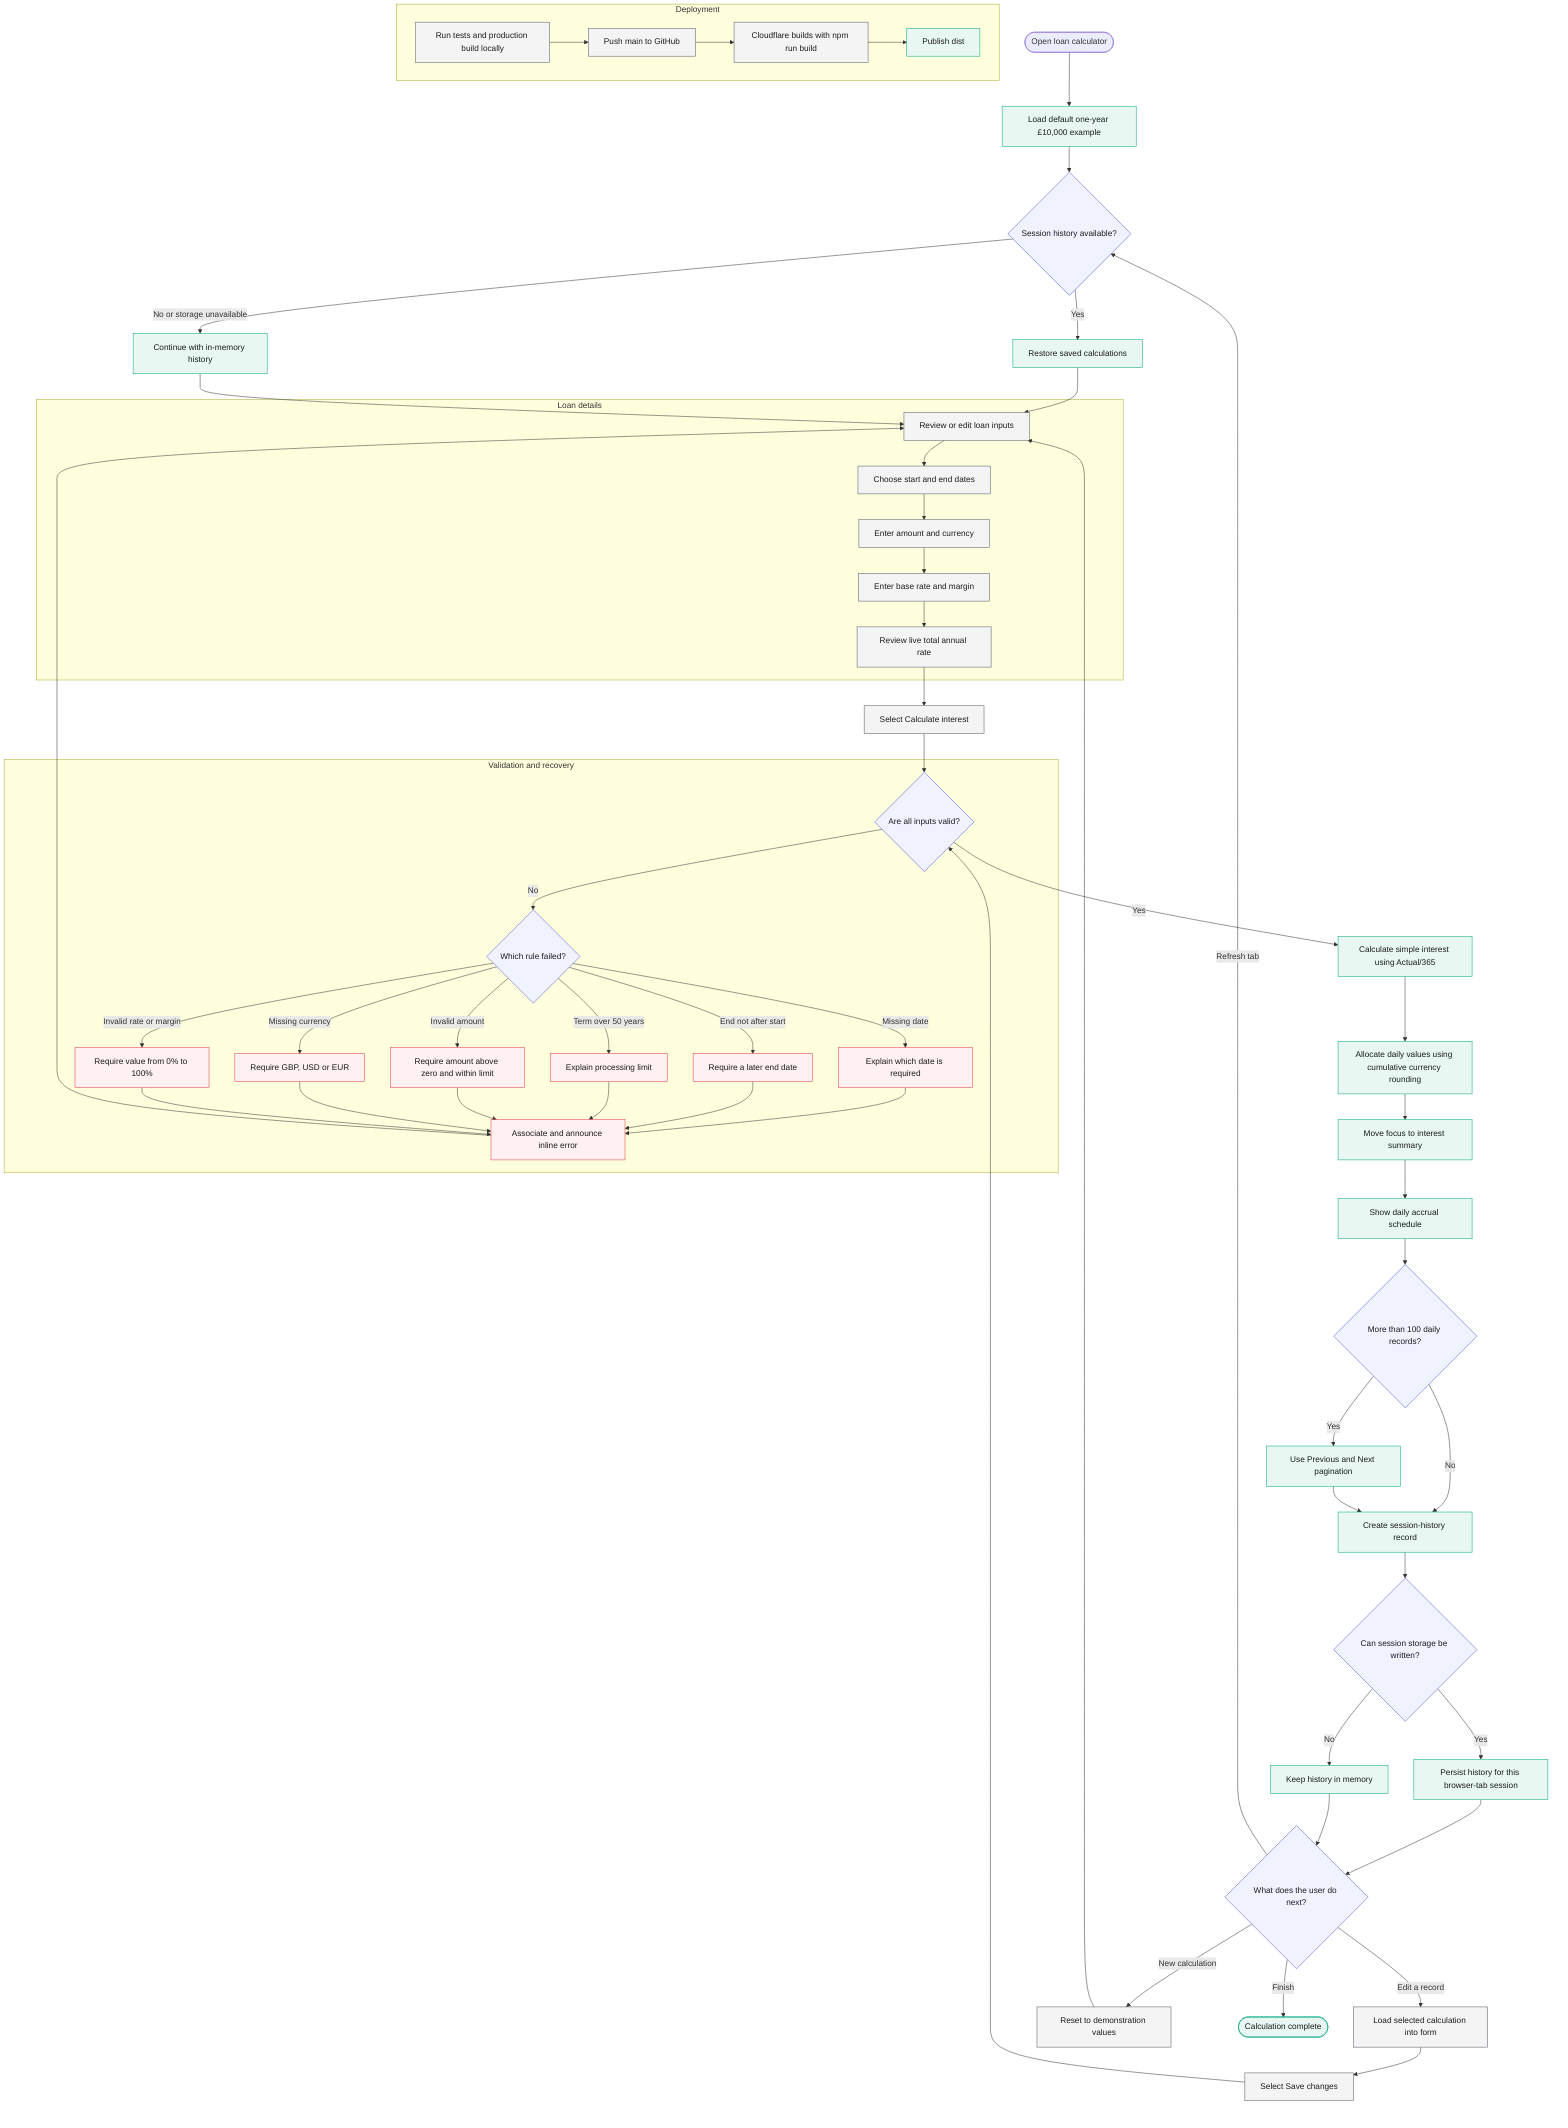
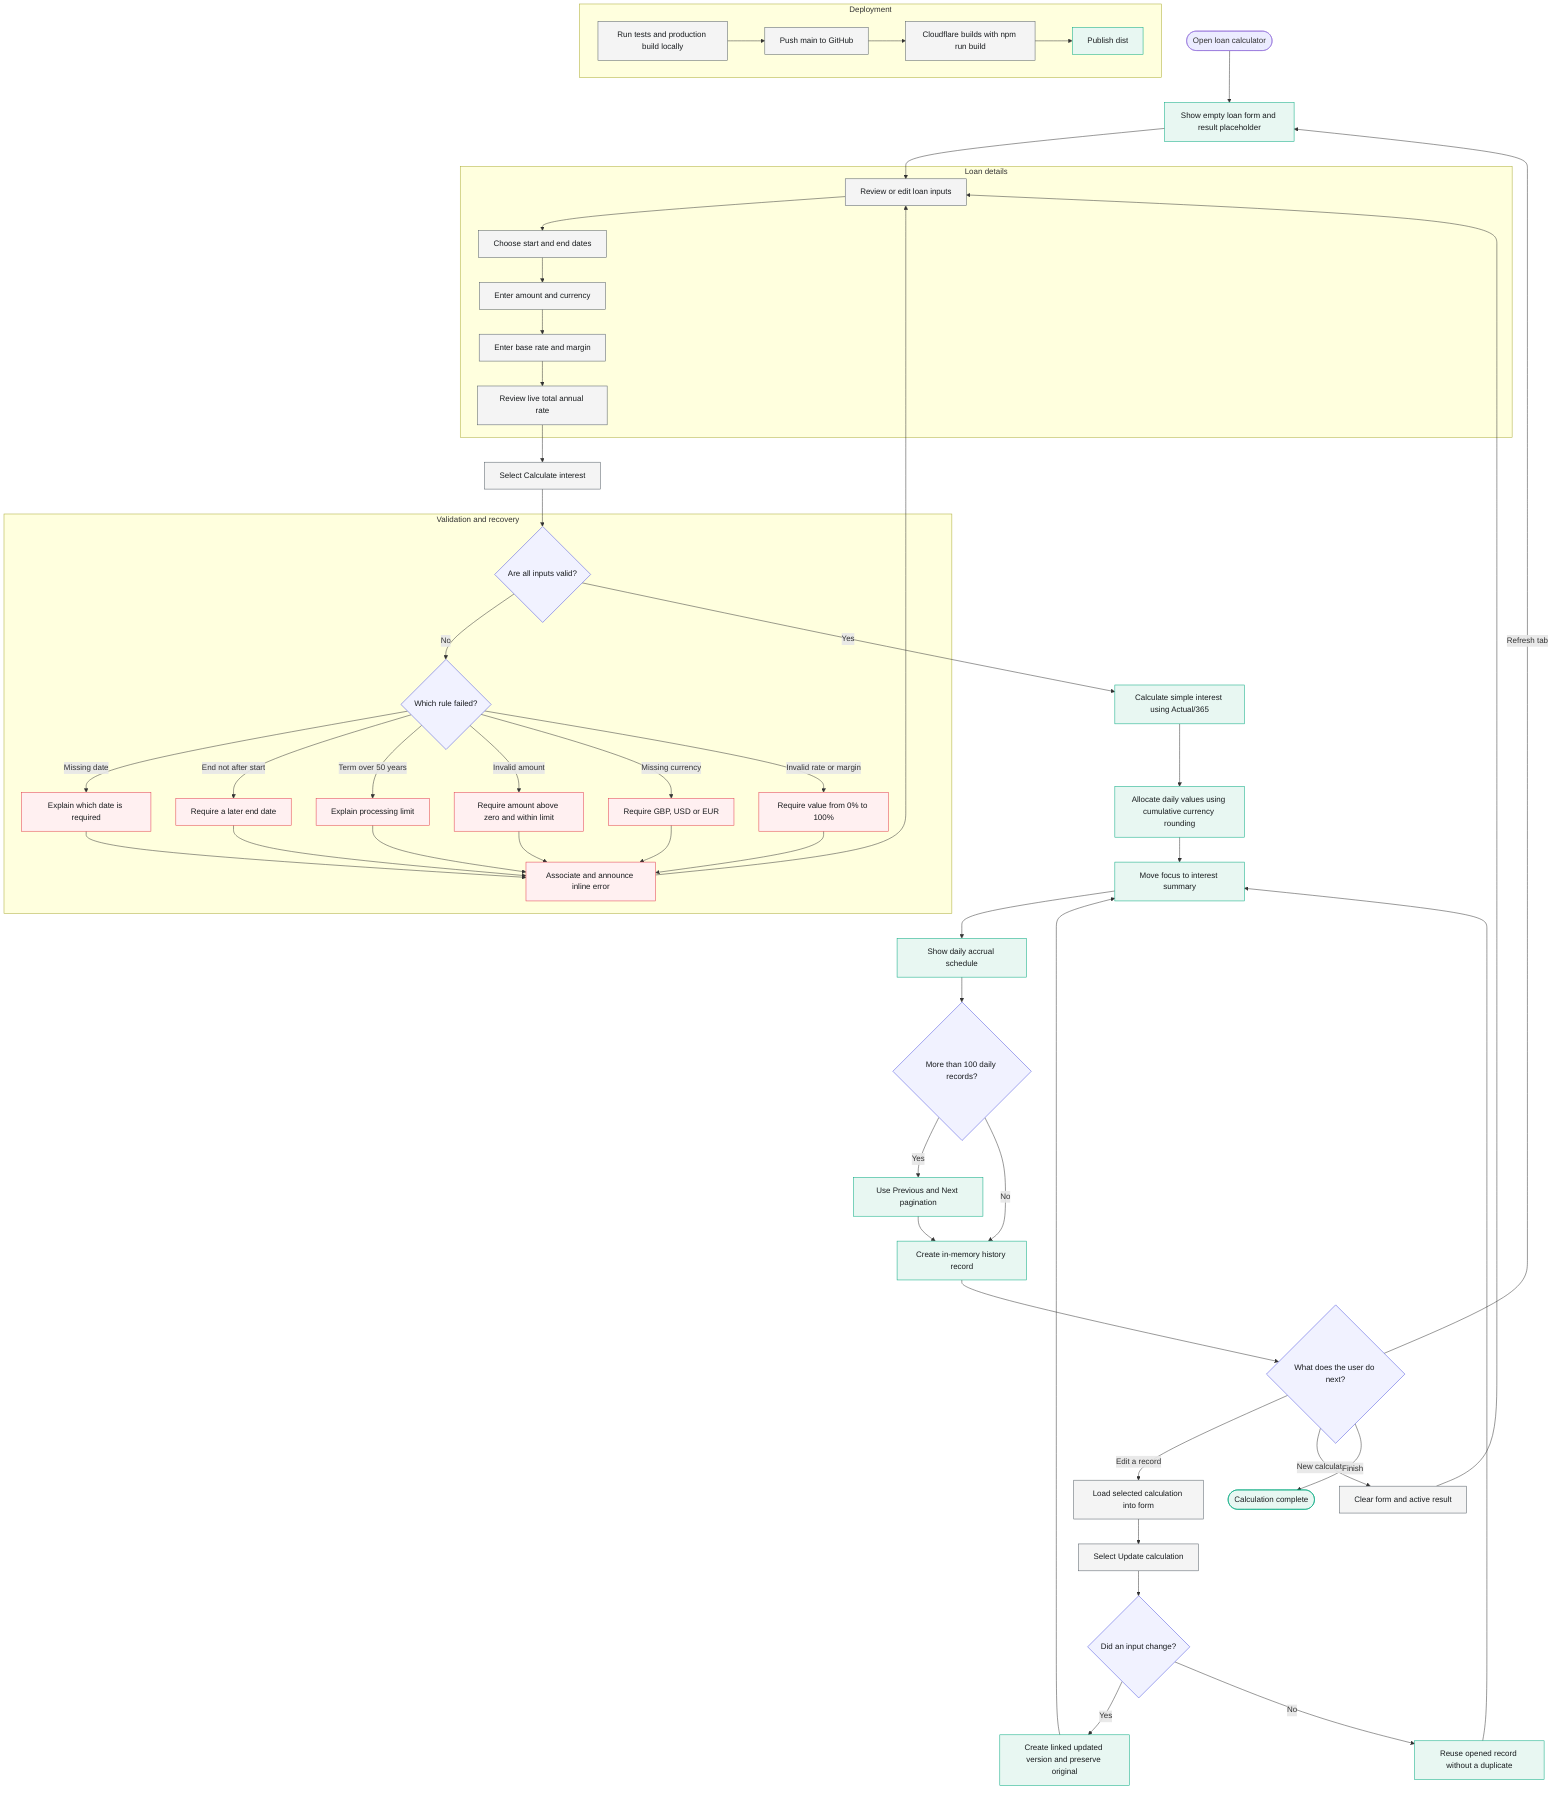
flowchart TD
-     start([Open loan calculator]) --> defaults[Load default one-year £10,000 example]
-     defaults --> historyLoad{Session history available?}
-     historyLoad -->|Yes| restore[Restore saved calculations]
-     historyLoad -->|No or storage unavailable| memory[Continue with in-memory history]
-     restore --> form
-     memory --> form
+     start([Open loan calculator]) --> empty[Show empty loan form and result placeholder]
+     empty --> form

    subgraph input["Loan details"]
        form[Review or edit loan inputs]
        form --> dates[Choose start and end dates]
        dates --> principal[Enter amount and currency]
        principal --> rates[Enter base rate and margin]
        rates --> preview[Review live total annual rate]
    end

    preview --> submit[Select Calculate interest]
    submit --> validate{Are all inputs valid?}

    subgraph errors["Validation and recovery"]
        validate -->|No| identify{Which rule failed?}
        identify -->|Missing date| dateError[Explain which date is required]
        identify -->|End not after start| rangeError[Require a later end date]
        identify -->|Term over 50 years| termError[Explain processing limit]
        identify -->|Invalid amount| amountError[Require amount above zero and within limit]
        identify -->|Missing currency| currencyError[Require GBP, USD or EUR]
        identify -->|Invalid rate or margin| rateError[Require value from 0% to 100%]
        dateError --> announce[Associate and announce inline error]
        rangeError --> announce
        termError --> announce
        amountError --> announce
        currencyError --> announce
        rateError --> announce
        announce --> form
    end

    validate -->|Yes| calculate[Calculate simple interest using Actual/365]
    calculate --> round[Allocate daily values using cumulative currency rounding]
    round --> result[Move focus to interest summary]
    result --> schedule[Show daily accrual schedule]
    schedule --> longTerm{More than 100 daily records?}
    longTerm -->|Yes| pagination[Use Previous and Next pagination]
    longTerm -->|No| historySave
-     pagination --> historySave[Create session-history record]
- 
-     historySave --> storageSave{Can session storage be written?}
-     storageSave -->|Yes| persisted[Persist history for this browser-tab session]
-     storageSave -->|No| fallback[Keep history in memory]
-     persisted --> nextAction
-     fallback --> nextAction
+     pagination --> historySave[Create in-memory history record]
+     historySave --> nextAction

    nextAction{What does the user do next?}
    nextAction -->|Edit a record| edit[Load selected calculation into form]
-     edit --> save[Select Save changes]
-     save --> validate
-     nextAction -->|New calculation| reset[Reset to demonstration values]
+     edit --> update[Select Update calculation]
+     update --> changed{Did an input change?}
+     changed -->|Yes| version[Create linked updated version and preserve original]
+     changed -->|No| current[Reuse opened record without a duplicate]
+     version --> result
+     current --> result
+     nextAction -->|New calculation| reset[Clear form and active result]
    reset --> form
-     nextAction -->|Refresh tab| historyLoad
+     nextAction -->|Refresh tab| empty
    nextAction -->|Finish| finish([Calculation complete])

    subgraph deployment["Deployment"]
        localChecks[Run tests and production build locally]
        localChecks --> push[Push main to GitHub]
        push --> cloudflare[Cloudflare builds with npm run build]
        cloudflare --> publish[Publish dist]
    end

    classDef happy fill:#e8f7f2,stroke:#00a87e,color:#191c1f;
    classDef error fill:#fff0f1,stroke:#e23b4a,color:#191c1f;
    classDef decision fill:#f1f2ff,stroke:#494fdf,color:#191c1f;
    classDef neutral fill:#f4f4f4,stroke:#505a63,color:#191c1f;

-     class defaults,restore,memory,calculate,round,result,schedule,pagination,historySave,persisted,fallback,finish,publish happy;
+     class empty,calculate,round,result,schedule,pagination,historySave,version,current,finish,publish happy;
    class dateError,rangeError,termError,amountError,currencyError,rateError,announce error;
-     class historyLoad,validate,identify,longTerm,storageSave,nextAction decision;
-     class form,dates,principal,rates,preview,submit,edit,save,reset,localChecks,push,cloudflare neutral;
+     class validate,identify,longTerm,nextAction,changed decision;
+     class form,dates,principal,rates,preview,submit,edit,update,reset,localChecks,push,cloudflare neutral;
